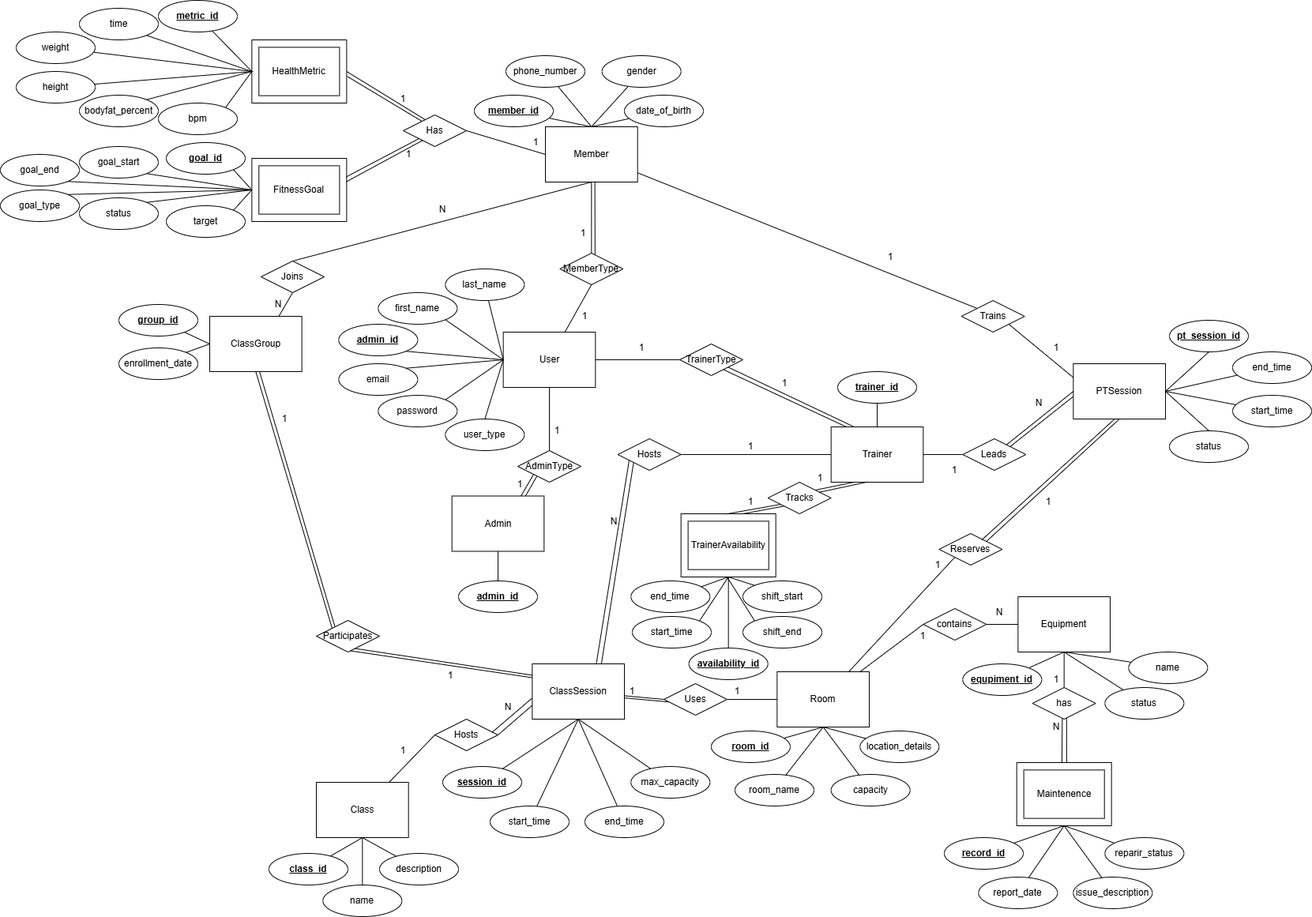
This is EntityRelationModelDiagram_3005_Project.drawio.png from KavenMuralei/COMP3005-Final-Project, a draw.io export, as it was before one commit. Source tidied: cells renumbered, new cells last; positions are measured from the earlier drawing's top-left corner, leaving out a move shared by most shapes.
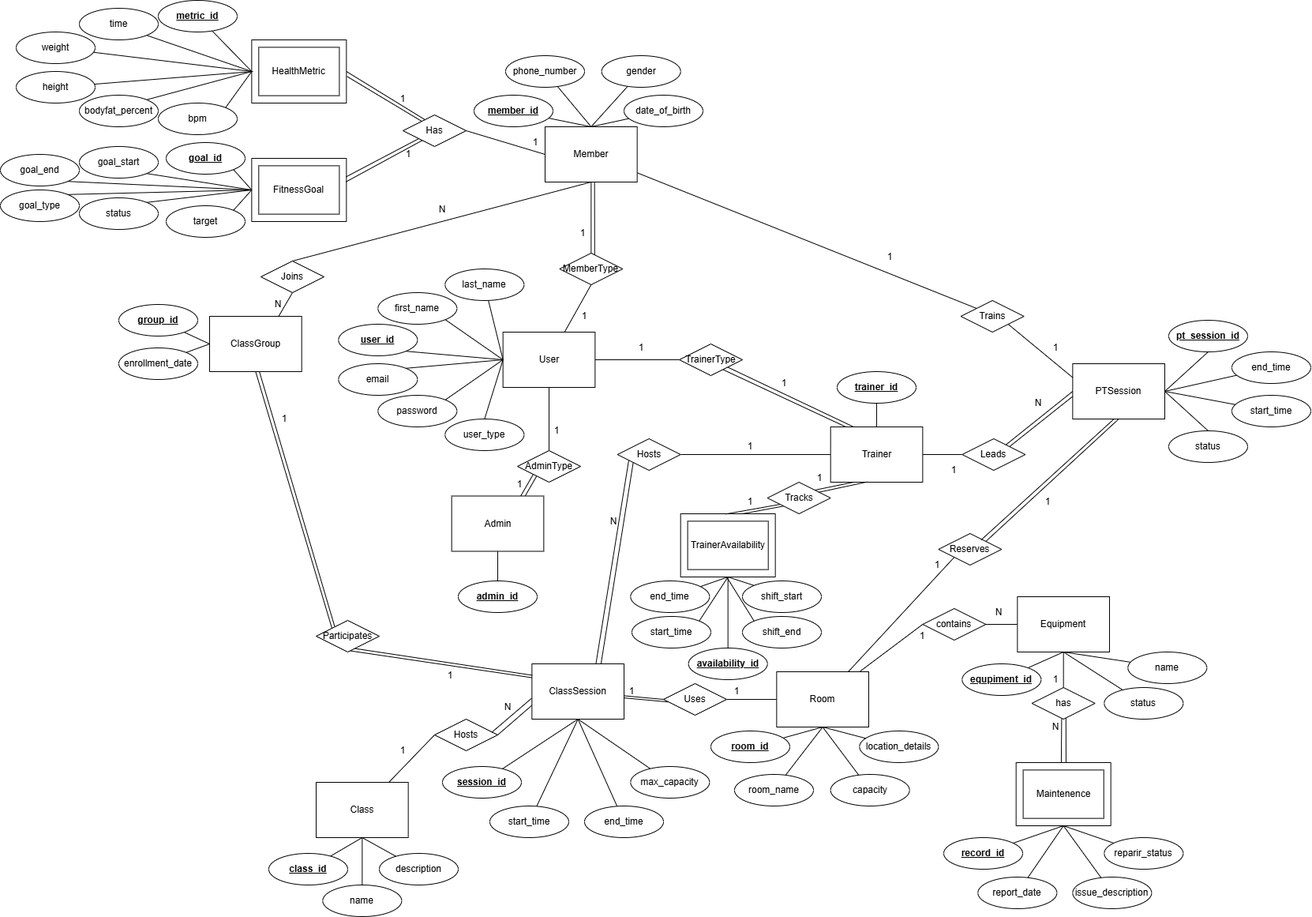
The same file after the commit.

Commit message:
Fixed ER Model Diagram

user_id fixed

Diff of the diagram source:
```diff
@@ -570,7 +570,7 @@
     <mxCell id="189" style="rounded=0;jettySize=auto;html=1;exitX=1;exitY=1;exitDx=0;exitDy=0;entryX=0;entryY=0.5;entryDx=0;entryDy=0;endArrow=none;endFill=0;" parent="1" edge="1" source="190" target="188">
       <mxGeometry relative="1" as="geometry" />
     </mxCell>
-    <mxCell id="190" value="&lt;u&gt;&lt;b&gt;admin_id&lt;/b&gt;&lt;/u&gt;" style="ellipse;whiteSpace=wrap;html=1;rotation=0;" parent="1" vertex="1">
+    <mxCell id="190" value="&lt;b&gt;&lt;u&gt;user_id&lt;/u&gt;&lt;/b&gt;" style="ellipse;whiteSpace=wrap;html=1;rotation=0;" parent="1" vertex="1">
       <mxGeometry x="428.3" y="410" width="100" height="40" as="geometry" />
     </mxCell>
     <mxCell id="191" style="rounded=0;jettySize=auto;html=1;exitX=1;exitY=1;exitDx=0;exitDy=0;endArrow=none;endFill=0;entryX=0;entryY=0.5;entryDx=0;entryDy=0;" parent="1" edge="1" source="192" target="188">
```
